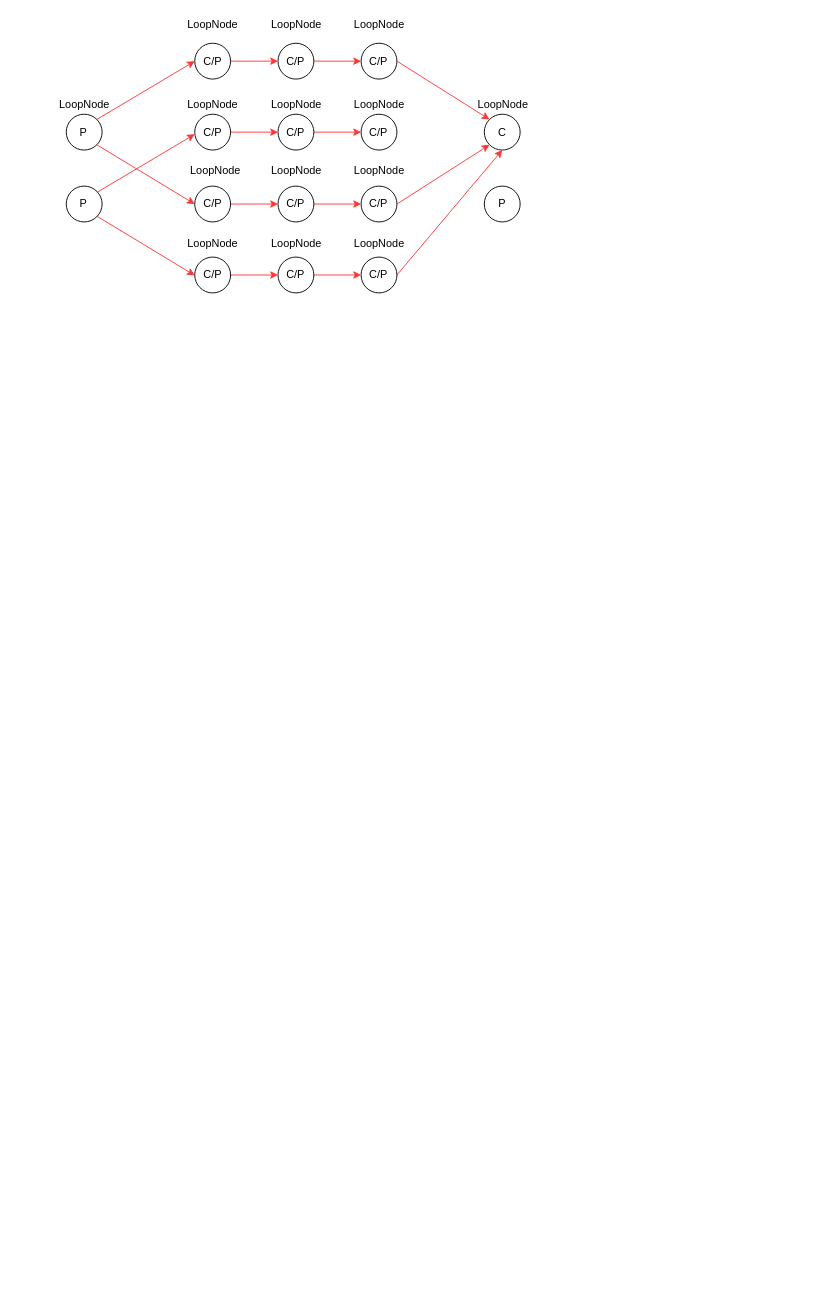
Above: page "1<->N" (2 of 8) of csync_conn.drawio in huntershuai/file_sync (draw.io), before the change. Source tidied: cells renumbered, new cells numbered last; positions are measured from the earlier drawing's top-left corner, leaving out a move shared by most shapes. Both pictures are drawn from the tidied source at 91%, with x=0, y=0 at pixel (52, 15).
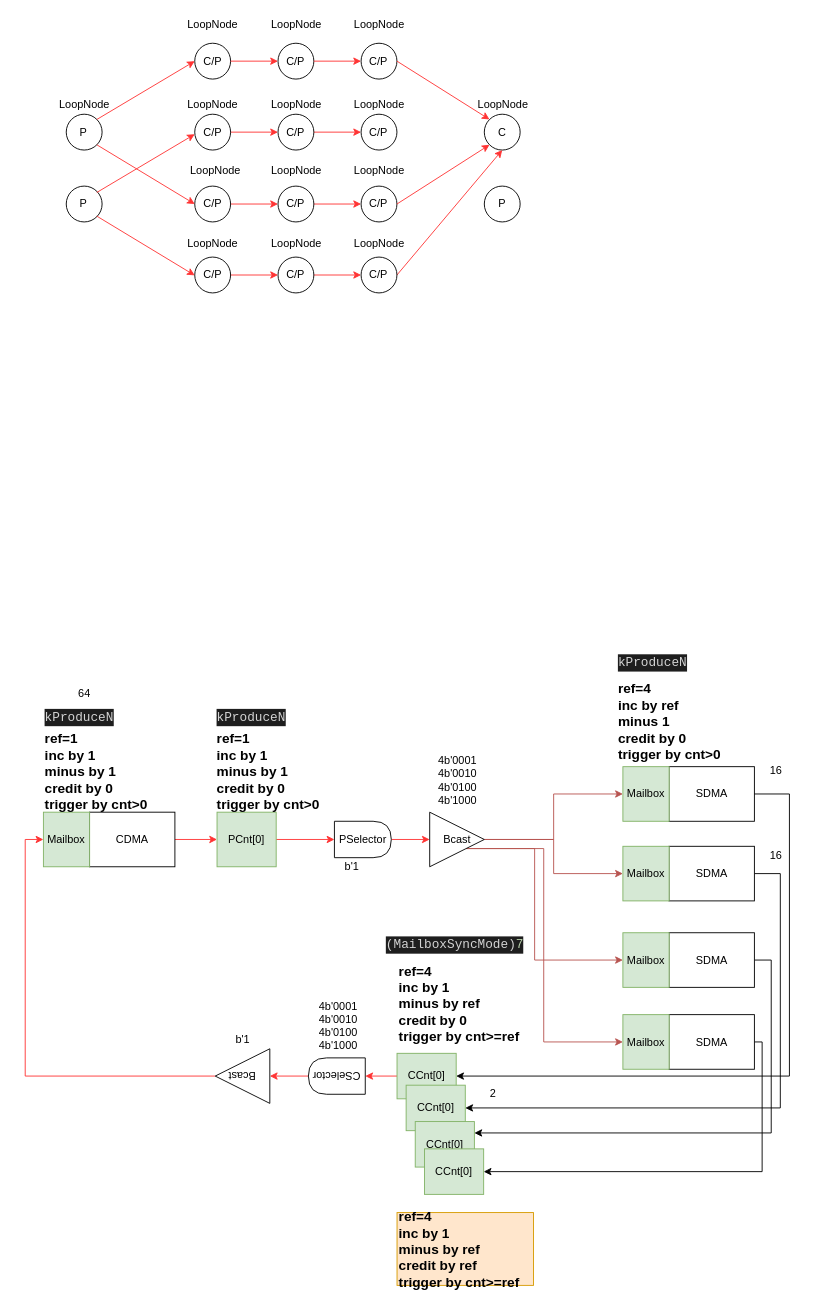
After the change.

The edit, as a diff of the source:
```diff
@@
+    <mxCell id="47" style="edgeStyle=none;rounded=0;jettySize=auto;html=1;exitX=1;exitY=0.5;exitDx=0;exitDy=0;entryX=0;entryY=0.5;entryDx=0;entryDy=0;strokeColor=#FF3333;fontColor=#000000;" parent="1" edge="1" source="62" target="49">
+      <mxGeometry relative="1" as="geometry" />
+    </mxCell>
+    <mxCell id="48" style="edgeStyle=none;rounded=0;jettySize=auto;html=1;exitX=1;exitY=0.5;exitDx=0;exitDy=0;entryX=0;entryY=0.5;entryDx=0;entryDy=0;strokeColor=#FF3333;fontColor=#000000;" parent="1" edge="1" source="49" target="68">
+      <mxGeometry relative="1" as="geometry" />
+    </mxCell>
+    <mxCell id="49" value="PCnt[0]" style="rounded=0;whiteSpace=wrap;html=1;shadow=0;strokeColor=#82b366;fillColor=#d5e8d4;" parent="1" vertex="1">
+      <mxGeometry x="181" y="875" width="65" height="60" as="geometry" />
+    </mxCell>
+    <mxCell id="50" style="edgeStyle=orthogonalEdgeStyle;rounded=0;jettySize=auto;html=1;exitX=1;exitY=0.5;exitDx=0;exitDy=0;entryX=0;entryY=0.5;entryDx=0;entryDy=0;strokeColor=#b85450;fontColor=#000000;fillColor=#f8cecc;" parent="1" edge="1" source="54" target="66">
+      <mxGeometry relative="1" as="geometry" />
+    </mxCell>
+    <mxCell id="51" style="edgeStyle=orthogonalEdgeStyle;rounded=0;jettySize=auto;html=1;entryX=0;entryY=0.5;entryDx=0;entryDy=0;fillColor=#f8cecc;strokeColor=#b85450;" parent="1" edge="1" source="54" target="79">
+      <mxGeometry relative="1" as="geometry" />
+    </mxCell>
+    <mxCell id="52" style="edgeStyle=orthogonalEdgeStyle;rounded=0;jettySize=auto;html=1;entryX=0;entryY=0.5;entryDx=0;entryDy=0;fillColor=#f8cecc;strokeColor=#b85450;" parent="1" edge="1" source="54" target="82">
+      <mxGeometry relative="1" as="geometry">
+        <Array as="points">
+          <mxPoint x="530" y="915" />
+          <mxPoint x="530" y="1038" />
+        </Array>
+      </mxGeometry>
+    </mxCell>
+    <mxCell id="53" style="edgeStyle=orthogonalEdgeStyle;rounded=0;jettySize=auto;html=1;entryX=0;entryY=0.5;entryDx=0;entryDy=0;fillColor=#f8cecc;strokeColor=#b85450;" parent="1" edge="1" source="54" target="85">
+      <mxGeometry relative="1" as="geometry">
+        <Array as="points">
+          <mxPoint x="540" y="915" />
+          <mxPoint x="540" y="1128" />
+        </Array>
+      </mxGeometry>
+    </mxCell>
+    <mxCell id="54" value="Bcast" style="triangle;whiteSpace=wrap;html=1;shadow=0;strokeColor=#000000;fontColor=#000000;" parent="1" vertex="1">
+      <mxGeometry x="414.7" y="875" width="60" height="60" as="geometry" />
+    </mxCell>
+    <mxCell id="55" value="&lt;font style=&quot;font-size: 15px&quot;&gt;&lt;b&gt;ref=1&lt;br&gt;inc by 1&lt;br&gt;minus by 1&lt;br&gt;credit by 0&amp;nbsp;&lt;br&gt;trigger by cnt&amp;gt;0&lt;/b&gt;&lt;/font&gt;" style="text;html=1;align=left;verticalAlign=middle;fontColor=#000000;" parent="1" vertex="1">
+      <mxGeometry x="179" y="790" width="130" height="80" as="geometry" />
+    </mxCell>
+    <mxCell id="56" style="edgeStyle=none;rounded=0;jettySize=auto;html=1;exitX=1;exitY=0.5;exitDx=0;exitDy=0;entryX=0;entryY=0.5;entryDx=0;entryDy=0;strokeColor=#FF3333;fontColor=#000000;" parent="1" edge="1" source="57" target="59">
+      <mxGeometry relative="1" as="geometry" />
+    </mxCell>
+    <mxCell id="57" value="CSelector" style="shape=delay;whiteSpace=wrap;html=1;shadow=0;strokeColor=#000000;fontColor=#000000;rotation=-180;direction=east;" parent="1" vertex="1">
+      <mxGeometry x="281.4" y="1145" width="62.5" height="40" as="geometry" />
+    </mxCell>
+    <mxCell id="58" style="edgeStyle=orthogonalEdgeStyle;rounded=0;jettySize=auto;html=1;exitX=1;exitY=0.5;exitDx=0;exitDy=0;entryX=0;entryY=0.5;entryDx=0;entryDy=0;strokeColor=#FF3333;fontColor=#000000;" parent="1" edge="1" source="59" target="63">
+      <mxGeometry relative="1" as="geometry" />
+    </mxCell>
+    <mxCell id="59" value="Bcast" style="triangle;whiteSpace=wrap;html=1;shadow=0;strokeColor=#000000;fontColor=#000000;rotation=-180;direction=east;" parent="1" vertex="1">
+      <mxGeometry x="179" y="1135" width="60" height="60" as="geometry" />
+    </mxCell>
+    <mxCell id="60" style="group;" parent="1" vertex="1">
+      <mxGeometry x="-40" y="875" width="160" height="190" as="geometry" />
+    </mxCell>
+    <mxCell id="61" style="group;" parent="60" vertex="1">
+      <mxGeometry width="160" height="190" as="geometry" />
+    </mxCell>
+    <mxCell id="62" value="CDMA" style="rounded=0;whiteSpace=wrap;html=1;shadow=0;" parent="61" vertex="1">
+      <mxGeometry x="80.8" width="93.9" height="60" as="geometry" />
+    </mxCell>
+    <mxCell id="63" value="Mailbox" style="rounded=0;whiteSpace=wrap;html=1;shadow=0;strokeColor=#82b366;fillColor=#d5e8d4;" parent="61" vertex="1">
+      <mxGeometry x="30.2" width="50.8" height="60" as="geometry" />
+    </mxCell>
+    <mxCell id="64" value="SDMA" style="rounded=0;whiteSpace=wrap;html=1;shadow=0;" parent="1" vertex="1">
+      <mxGeometry x="677.6" y="825" width="93.9" height="60" as="geometry" />
+    </mxCell>
+    <mxCell id="65" style="edgeStyle=orthogonalEdgeStyle;rounded=0;jettySize=auto;html=1;exitX=1;exitY=0.5;exitDx=0;exitDy=0;entryX=1;entryY=0.5;entryDx=0;entryDy=0;fontColor=#000000;" parent="1" edge="1" source="64" target="70">
+      <mxGeometry relative="1" as="geometry">
+        <Array as="points">
+          <mxPoint x="810" y="855" />
+          <mxPoint x="810" y="1165" />
+        </Array>
+      </mxGeometry>
+    </mxCell>
+    <mxCell id="66" value="Mailbox" style="rounded=0;whiteSpace=wrap;html=1;shadow=0;strokeColor=#82b366;fillColor=#d5e8d4;" parent="1" vertex="1">
+      <mxGeometry x="627" y="825" width="50.8" height="60" as="geometry" />
+    </mxCell>
+    <mxCell id="67" style="edgeStyle=orthogonalEdgeStyle;rounded=0;jettySize=auto;html=1;exitX=1;exitY=0.5;exitDx=0;exitDy=0;entryX=0;entryY=0.5;entryDx=0;entryDy=0;strokeColor=#FF3333;fontColor=#000000;" parent="1" edge="1" source="68" target="54">
+      <mxGeometry relative="1" as="geometry" />
+    </mxCell>
+    <mxCell id="68" value="PSelector" style="shape=delay;whiteSpace=wrap;html=1;shadow=0;strokeColor=#000000;fontColor=#000000;" parent="1" vertex="1">
+      <mxGeometry x="310" y="885" width="62.5" height="40" as="geometry" />
+    </mxCell>
+    <mxCell id="69" style="edgeStyle=orthogonalEdgeStyle;rounded=0;jettySize=auto;html=1;exitX=0;exitY=0.5;exitDx=0;exitDy=0;entryX=0;entryY=0.5;entryDx=0;entryDy=0;strokeColor=#FF3333;fontColor=#000000;" parent="1" edge="1" source="70" target="57">
+      <mxGeometry relative="1" as="geometry" />
+    </mxCell>
+    <mxCell id="70" value="CCnt[0]" style="rounded=0;whiteSpace=wrap;html=1;shadow=0;strokeColor=#82b366;fillColor=#d5e8d4;" parent="1" vertex="1">
+      <mxGeometry x="378.8" y="1140" width="65" height="50" as="geometry" />
+    </mxCell>
+    <mxCell id="71" value="&lt;font style=&quot;font-size: 15px&quot;&gt;&lt;b&gt;ref=4&lt;br&gt;inc by ref&lt;br&gt;minus 1&lt;br&gt;credit by 0&lt;br&gt;trigger by cnt&amp;gt;0&lt;/b&gt;&lt;/font&gt;" style="text;html=1;align=left;verticalAlign=middle;fontColor=#000000;" parent="1" vertex="1">
+      <mxGeometry x="620" y="735" width="130" height="80" as="geometry" />
+    </mxCell>
+    <mxCell id="72" value="&lt;font style=&quot;font-size: 15px&quot;&gt;&lt;b&gt;ref=4&lt;br&gt;inc by 1&lt;br&gt;minus by ref&lt;br&gt;credit by 0&lt;br&gt;trigger by cnt&amp;gt;=ref&lt;/b&gt;&lt;/font&gt;" style="text;html=1;align=left;verticalAlign=middle;fontColor=#000000;" parent="1" vertex="1">
+      <mxGeometry x="378.8" y="1045" width="150" height="80" as="geometry" />
+    </mxCell>
+    <mxCell id="73" value="&lt;font style=&quot;font-size: 15px&quot;&gt;&lt;b&gt;ref=1&lt;br&gt;inc by 1&lt;br&gt;minus by 1&lt;br&gt;credit by 0&lt;br&gt;trigger by cnt&amp;gt;0&lt;/b&gt;&lt;/font&gt;" style="text;html=1;align=left;verticalAlign=middle;fontColor=#000000;" parent="1" vertex="1">
+      <mxGeometry x="-10" y="790" width="130" height="80" as="geometry" />
+    </mxCell>
+    <mxCell id="74" value="2" style="text;html=1;align=center;verticalAlign=middle;fontColor=#000000;" parent="1" vertex="1">
+      <mxGeometry x="474" y="1175" width="20" height="20" as="geometry" />
+    </mxCell>
+    <mxCell id="75" value="&lt;div style=&quot;color: rgb(212, 212, 212); background-color: rgb(30, 30, 30); font-family: consolas, &amp;quot;courier new&amp;quot;, monospace; font-weight: normal; font-size: 14px; line-height: 19px;&quot;&gt;&lt;div&gt;&lt;span style=&quot;color: #d4d4d4&quot;&gt;(MailboxSyncMode)&lt;/span&gt;&lt;span style=&quot;color: #b5cea8&quot;&gt;7&lt;/span&gt;&lt;/div&gt;&lt;/div&gt;" style="text;whiteSpace=wrap;html=1;" parent="1" vertex="1">
+      <mxGeometry x="364.7" y="1005" width="160" height="30" as="geometry" />
+    </mxCell>
+    <mxCell id="76" value="&lt;div style=&quot;color: rgb(212, 212, 212); background-color: rgb(30, 30, 30); font-family: consolas, &amp;quot;courier new&amp;quot;, monospace; font-weight: normal; font-size: 14px; line-height: 19px;&quot;&gt;&lt;div&gt;&lt;span style=&quot;color: #d4d4d4&quot;&gt;kProduceN&lt;/span&gt;&lt;/div&gt;&lt;/div&gt;" style="text;whiteSpace=wrap;html=1;" parent="1" vertex="1">
+      <mxGeometry x="620" y="695" width="90" height="30" as="geometry" />
+    </mxCell>
+    <mxCell id="77" style="edgeStyle=orthogonalEdgeStyle;rounded=0;jettySize=auto;html=1;entryX=1;entryY=0.5;entryDx=0;entryDy=0;" parent="1" edge="1" source="78" target="86">
+      <mxGeometry relative="1" as="geometry">
+        <Array as="points">
+          <mxPoint x="800" y="943" />
+          <mxPoint x="800" y="1200" />
+        </Array>
+      </mxGeometry>
+    </mxCell>
+    <mxCell id="78" value="SDMA" style="rounded=0;whiteSpace=wrap;html=1;shadow=0;" parent="1" vertex="1">
+      <mxGeometry x="677.6" y="912.5" width="93.9" height="60" as="geometry" />
+    </mxCell>
+    <mxCell id="79" value="Mailbox" style="rounded=0;whiteSpace=wrap;html=1;shadow=0;strokeColor=#82b366;fillColor=#d5e8d4;" parent="1" vertex="1">
+      <mxGeometry x="627" y="912.5" width="50.8" height="60" as="geometry" />
+    </mxCell>
+    <mxCell id="80" style="edgeStyle=orthogonalEdgeStyle;rounded=0;jettySize=auto;html=1;entryX=1;entryY=0.25;entryDx=0;entryDy=0;" parent="1" edge="1" source="81" target="87">
+      <mxGeometry relative="1" as="geometry">
+        <Array as="points">
+          <mxPoint x="790" y="1038" />
+          <mxPoint x="790" y="1228" />
+        </Array>
+      </mxGeometry>
+    </mxCell>
+    <mxCell id="81" value="SDMA" style="rounded=0;whiteSpace=wrap;html=1;shadow=0;" parent="1" vertex="1">
+      <mxGeometry x="677.6" y="1007.5" width="93.9" height="60" as="geometry" />
+    </mxCell>
+    <mxCell id="82" value="Mailbox" style="rounded=0;whiteSpace=wrap;html=1;shadow=0;strokeColor=#82b366;fillColor=#d5e8d4;" parent="1" vertex="1">
+      <mxGeometry x="627" y="1007.5" width="50.8" height="60" as="geometry" />
+    </mxCell>
+    <mxCell id="83" style="edgeStyle=orthogonalEdgeStyle;rounded=0;jettySize=auto;html=1;exitX=1;exitY=0.5;exitDx=0;exitDy=0;entryX=1;entryY=0.5;entryDx=0;entryDy=0;" parent="1" edge="1" source="84" target="88">
+      <mxGeometry relative="1" as="geometry">
+        <Array as="points">
+          <mxPoint x="780" y="1128" />
+          <mxPoint x="780" y="1270" />
+        </Array>
+      </mxGeometry>
+    </mxCell>
+    <mxCell id="84" value="SDMA" style="rounded=0;whiteSpace=wrap;html=1;shadow=0;" parent="1" vertex="1">
+      <mxGeometry x="677.6" y="1097.5" width="93.9" height="60" as="geometry" />
+    </mxCell>
+    <mxCell id="85" value="Mailbox" style="rounded=0;whiteSpace=wrap;html=1;shadow=0;strokeColor=#82b366;fillColor=#d5e8d4;" parent="1" vertex="1">
+      <mxGeometry x="627" y="1097.5" width="50.8" height="60" as="geometry" />
+    </mxCell>
+    <mxCell id="86" value="CCnt[0]" style="rounded=0;whiteSpace=wrap;html=1;shadow=0;strokeColor=#82b366;fillColor=#d5e8d4;" parent="1" vertex="1">
+      <mxGeometry x="388.8" y="1175" width="65" height="50" as="geometry" />
+    </mxCell>
+    <mxCell id="87" value="CCnt[0]" style="rounded=0;whiteSpace=wrap;html=1;shadow=0;strokeColor=#82b366;fillColor=#d5e8d4;" parent="1" vertex="1">
+      <mxGeometry x="398.8" y="1215" width="65" height="50" as="geometry" />
+    </mxCell>
+    <mxCell id="88" value="CCnt[0]" style="rounded=0;whiteSpace=wrap;html=1;shadow=0;strokeColor=#82b366;fillColor=#d5e8d4;" parent="1" vertex="1">
+      <mxGeometry x="409" y="1245" width="65" height="50" as="geometry" />
+    </mxCell>
+    <mxCell id="89" value="b'1" style="text;html=1;align=center;verticalAlign=middle;" parent="1" vertex="1">
+      <mxGeometry x="313.9" y="925" width="30" height="20" as="geometry" />
+    </mxCell>
+    <mxCell id="90" value="4b'0001&lt;br&gt;4b'0010&lt;br&gt;4b'0100&lt;br&gt;4b'1000" style="text;html=1;align=center;verticalAlign=middle;" parent="1" vertex="1">
+      <mxGeometry x="414.7" y="810" width="60" height="60" as="geometry" />
+    </mxCell>
+    <mxCell id="91" value="&lt;div style=&quot;color: rgb(212, 212, 212); background-color: rgb(30, 30, 30); font-family: consolas, &amp;quot;courier new&amp;quot;, monospace; font-weight: normal; font-size: 14px; line-height: 19px;&quot;&gt;&lt;div&gt;&lt;span style=&quot;color: #d4d4d4&quot;&gt;kProduceN&lt;/span&gt;&lt;/div&gt;&lt;/div&gt;" style="text;whiteSpace=wrap;html=1;" parent="1" vertex="1">
+      <mxGeometry x="-10" y="755" width="90" height="30" as="geometry" />
+    </mxCell>
+    <mxCell id="92" value="&lt;div style=&quot;color: rgb(212, 212, 212); background-color: rgb(30, 30, 30); font-family: consolas, &amp;quot;courier new&amp;quot;, monospace; font-weight: normal; font-size: 14px; line-height: 19px;&quot;&gt;&lt;div&gt;&lt;span style=&quot;color: #d4d4d4&quot;&gt;kProduceN&lt;/span&gt;&lt;/div&gt;&lt;/div&gt;" style="text;whiteSpace=wrap;html=1;" parent="1" vertex="1">
+      <mxGeometry x="179" y="755" width="90" height="30" as="geometry" />
+    </mxCell>
+    <mxCell id="93" value="4b'0001&lt;br&gt;4b'0010&lt;br&gt;4b'0100&lt;br&gt;4b'1000" style="text;html=1;align=center;verticalAlign=middle;" parent="1" vertex="1">
+      <mxGeometry x="283.9" y="1080" width="60" height="60" as="geometry" />
+    </mxCell>
+    <mxCell id="94" value="b'1" style="text;html=1;align=center;verticalAlign=middle;" parent="1" vertex="1">
+      <mxGeometry x="194" y="1115" width="30" height="20" as="geometry" />
+    </mxCell>
+    <mxCell id="95" value="&lt;font style=&quot;font-size: 15px&quot;&gt;&lt;b&gt;ref=4&lt;br&gt;inc by 1&lt;br&gt;minus by ref&lt;br&gt;credit by ref&lt;br&gt;trigger by cnt&amp;gt;=ref&lt;/b&gt;&lt;/font&gt;" style="text;html=1;align=left;verticalAlign=middle;fillColor=#ffe6cc;strokeColor=#d79b00;" parent="1" vertex="1">
+      <mxGeometry x="378.8" y="1315" width="150" height="80" as="geometry" />
+    </mxCell>
+    <mxCell id="96" value="64" style="text;html=1;align=center;verticalAlign=middle;" parent="1" vertex="1">
+      <mxGeometry x="20" y="735" width="30" height="20" as="geometry" />
+    </mxCell>
+    <mxCell id="97" value="16" style="text;html=1;align=center;verticalAlign=middle;" parent="1" vertex="1">
+      <mxGeometry x="780" y="820" width="30" height="20" as="geometry" />
+    </mxCell>
+    <mxCell id="98" value="16" style="text;html=1;align=center;verticalAlign=middle;" parent="1" vertex="1">
+      <mxGeometry x="780" y="912.5" width="30" height="20" as="geometry" />
+    </mxCell>
```
